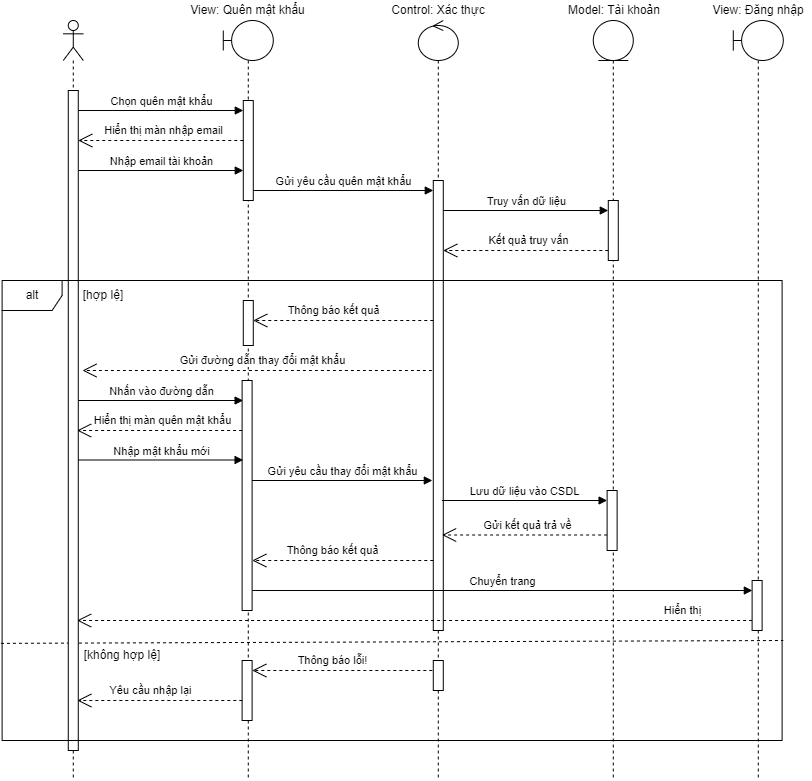
Above: latex_thesis/Images/sequence/sequence_forgot_password.png in techcomrade/fmECG (draw.io), before the change. Source tidied: cells renumbered, new cells last; positions are measured from the earlier drawing's top-left corner, leaving out a move shared by most shapes.
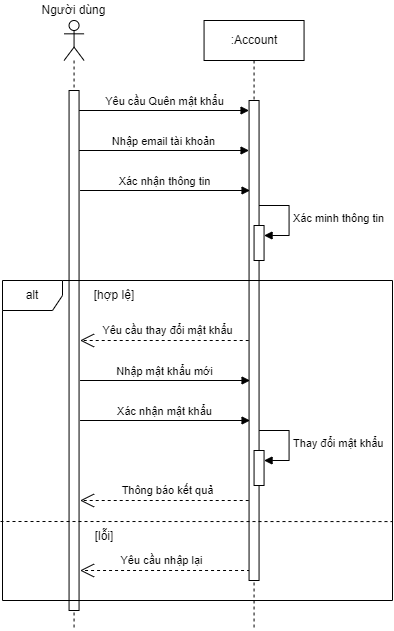
After the change.

Change to the diagram source:
```diff
@@ -2,195 +2,105 @@
   <root>
     <mxCell id="0" />
     <mxCell id="1" parent="0" />
-    <mxCell id="2" style="shape=umlLifeline;perimeter=lifelinePerimeter;whiteSpace=wrap;html=1;newEdgeStyle={&quot;curved&quot;:0,&quot;rounded&quot;:0};participant=umlControl;" parent="1" vertex="1">
-      <mxGeometry x="417.8" y="20" width="40" height="760" as="geometry" />
-    </mxCell>
-    <mxCell id="3" style="html=1;points=[[0,0,0,0,5],[0,1,0,0,-5],[1,0,0,0,5],[1,1,0,0,-5]];perimeter=orthogonalPerimeter;outlineConnect=0;targetShapes=umlLifeline;portConstraint=eastwest;newEdgeStyle={&quot;curved&quot;:0,&quot;rounded&quot;:0};" parent="2" vertex="1">
-      <mxGeometry x="15" y="160" width="10" height="450" as="geometry" />
-    </mxCell>
-    <mxCell id="4" style="shape=umlLifeline;perimeter=lifelinePerimeter;whiteSpace=wrap;html=1;newEdgeStyle={&quot;curved&quot;:0,&quot;rounded&quot;:0};participant=umlBoundary;" parent="1" vertex="1">
-      <mxGeometry x="222.8" y="20" width="50" height="760" as="geometry" />
-    </mxCell>
-    <mxCell id="5" style="html=1;perimeter=orthogonalPerimeter;targetShapes=umlLifeline;newEdgeStyle={&quot;curved&quot;:0,&quot;rounded&quot;:0};" parent="4" vertex="1">
-      <mxGeometry x="20" y="80" width="10" height="100" as="geometry" />
-    </mxCell>
-    <mxCell id="6" style="html=1;perimeter=orthogonalPerimeter;targetShapes=umlLifeline;newEdgeStyle={&quot;curved&quot;:0,&quot;rounded&quot;:0};" parent="4" vertex="1">
-      <mxGeometry x="18.8" y="360" width="10" height="230" as="geometry" />
-    </mxCell>
-    <mxCell id="7" style="html=1;perimeter=orthogonalPerimeter;targetShapes=umlLifeline;newEdgeStyle={&quot;curved&quot;:0,&quot;rounded&quot;:0};" parent="4" vertex="1">
-      <mxGeometry x="18.8" y="640" width="10" height="60" as="geometry" />
-    </mxCell>
-    <mxCell id="8" style="shape=umlLifeline;perimeter=lifelinePerimeter;whiteSpace=wrap;html=1;newEdgeStyle={&quot;curved&quot;:0,&quot;rounded&quot;:0};participant=umlEntity;" parent="1" vertex="1">
-      <mxGeometry x="592.8" y="20" width="40" height="760" as="geometry" />
-    </mxCell>
-    <mxCell id="9" style="html=1;points=[[0,0,0,0,5],[0,1,0,0,-5],[1,0,0,0,5],[1,1,0,0,-5]];perimeter=orthogonalPerimeter;outlineConnect=0;targetShapes=umlLifeline;portConstraint=eastwest;newEdgeStyle={&quot;curved&quot;:0,&quot;rounded&quot;:0};" parent="8" vertex="1">
-      <mxGeometry x="15" y="180" width="10" height="60" as="geometry" />
-    </mxCell>
-    <mxCell id="10" value="View: Quên mật khẩu" style="text;html=1;strokeColor=none;fillColor=none;align=center;verticalAlign=middle;whiteSpace=wrap;rounded=0;" parent="1" vertex="1">
-      <mxGeometry x="189.1" width="117.3" height="20" as="geometry" />
-    </mxCell>
-    <mxCell id="11" value="Control: Xác thực" style="text;html=1;strokeColor=none;fillColor=none;align=center;verticalAlign=middle;whiteSpace=wrap;rounded=0;" parent="1" vertex="1">
-      <mxGeometry x="382.8" width="110" height="20" as="geometry" />
-    </mxCell>
-    <mxCell id="12" value="Model: Tài khoản" style="text;html=1;strokeColor=none;fillColor=none;align=center;verticalAlign=middle;whiteSpace=wrap;rounded=0;" parent="1" vertex="1">
-      <mxGeometry x="559.8" width="107.5" height="20" as="geometry" />
-    </mxCell>
-    <mxCell id="13" style="shape=umlLifeline;perimeter=lifelinePerimeter;whiteSpace=wrap;html=1;newEdgeStyle={&quot;curved&quot;:0,&quot;rounded&quot;:0};participant=umlBoundary;" parent="1" vertex="1">
-      <mxGeometry x="732.8" y="20" width="50" height="760" as="geometry" />
-    </mxCell>
-    <mxCell id="14" style="html=1;perimeter=orthogonalPerimeter;targetShapes=umlLifeline;newEdgeStyle={&quot;curved&quot;:0,&quot;rounded&quot;:0};" parent="13" vertex="1">
-      <mxGeometry x="18.8" y="560" width="10" height="50" as="geometry" />
-    </mxCell>
-    <mxCell id="15" value="View: Đăng nhập" style="text;html=1;strokeColor=none;fillColor=none;align=center;verticalAlign=middle;whiteSpace=wrap;rounded=0;" parent="1" vertex="1">
-      <mxGeometry x="704" width="107.5" height="20" as="geometry" />
-    </mxCell>
-    <mxCell id="16" value="Chọn quên mật khẩu" style="html=1;verticalAlign=bottom;endArrow=block;curved=0;rounded=0;" parent="1" edge="1">
-      <mxGeometry relative="1" as="geometry">
-        <mxPoint x="77.8" y="110" as="sourcePoint" />
-        <mxPoint x="242.8" y="110" as="targetPoint" />
-      </mxGeometry>
-    </mxCell>
-    <mxCell id="17" value="Hiển thị màn nhập email" style="endArrow=open;endSize=12;dashed=1;html=1;rounded=0;" parent="1" edge="1">
-      <mxGeometry x="-0.03" y="-10" relative="1" as="geometry">
-        <mxPoint x="242.8" y="140" as="sourcePoint" />
-        <mxPoint x="77.8" y="140" as="targetPoint" />
-      </mxGeometry>
-    </mxCell>
+    <mxCell id="45" value="Yêu cầu Quên mật khẩu" style="html=1;verticalAlign=bottom;endArrow=block;curved=0;rounded=0;" parent="1" edge="1" target="51">
+      <mxGeometry relative="1" as="geometry">
+        <mxPoint x="149.6" y="-1030" as="sourcePoint" />
+      </mxGeometry>
+    </mxCell>
     <mxCell id="18" value="Nhập email tài khoản" style="html=1;verticalAlign=bottom;endArrow=block;curved=0;rounded=0;" parent="1" edge="1">
       <mxGeometry relative="1" as="geometry">
-        <mxPoint x="77.8" y="170" as="sourcePoint" />
-        <mxPoint x="242.8" y="170" as="targetPoint" />
+        <mxPoint x="149.6" y="-990" as="sourcePoint" />
+        <mxPoint x="319.6" y="-990" as="targetPoint" />
       </mxGeometry>
     </mxCell>
-    <mxCell id="19" value="Gửi yêu cầu quên mật khẩu" style="html=1;verticalAlign=bottom;endArrow=block;curved=0;rounded=0;" parent="1" edge="1" target="3">
-      <mxGeometry relative="1" as="geometry">
-        <mxPoint x="252.8" y="190" as="sourcePoint" />
-      </mxGeometry>
-    </mxCell>
-    <mxCell id="20" value="Truy vấn dữ liệu" style="html=1;verticalAlign=bottom;endArrow=block;curved=0;rounded=0;" parent="1" edge="1" target="9">
-      <mxGeometry relative="1" as="geometry">
-        <mxPoint x="442.8" y="210" as="sourcePoint" />
-      </mxGeometry>
-    </mxCell>
-    <mxCell id="21" value="Kết quả truy vấn" style="endArrow=open;endSize=12;dashed=1;html=1;rounded=0;" parent="1" edge="1">
-      <mxGeometry x="-0.03" y="-10" relative="1" as="geometry">
-        <mxPoint x="607.8" y="250" as="sourcePoint" />
-        <mxPoint x="442.8" y="250" as="targetPoint" />
-      </mxGeometry>
-    </mxCell>
     <mxCell id="22" value="[hợp lệ]" style="text;html=1;strokeColor=none;fillColor=none;align=center;verticalAlign=middle;whiteSpace=wrap;rounded=0;" parent="1" vertex="1">
-      <mxGeometry x="62.8" y="280" width="80.2" height="30" as="geometry" />
+      <mxGeometry x="144.6" y="-860" width="80.2" height="30" as="geometry" />
     </mxCell>
-    <mxCell id="23" value="Gửi đường dẫn thay đổi mật khẩu" style="endArrow=open;endSize=12;dashed=1;html=1;rounded=0;" parent="1" edge="1">
-      <mxGeometry x="-0.03" y="-10" relative="1" as="geometry">
-        <mxPoint x="431.4" y="370" as="sourcePoint" />
-        <mxPoint x="82" y="370" as="targetPoint" />
-      </mxGeometry>
-    </mxCell>
-    <mxCell id="24" value="Chuyển trang" style="html=1;verticalAlign=bottom;endArrow=block;curved=0;rounded=0;" parent="1" edge="1">
-      <mxGeometry relative="1" as="geometry">
-        <mxPoint x="251.8" y="590" as="sourcePoint" />
-        <mxPoint x="751.8" y="590" as="targetPoint" />
-      </mxGeometry>
-    </mxCell>
-    <mxCell id="25" value="Hiển thị" style="endArrow=open;endSize=12;dashed=1;html=1;rounded=0;" parent="1" edge="1">
-      <mxGeometry x="-0.79" y="-10" relative="1" as="geometry">
-        <mxPoint x="751.6" y="620" as="sourcePoint" />
-        <mxPoint x="76.6" y="620" as="targetPoint" />
-      </mxGeometry>
-    </mxCell>
-    <mxCell id="26" style="endArrow=none;dashed=1;html=1;rounded=0;exitX=-0.001;exitY=0.55;exitDx=0;exitDy=0;exitPerimeter=0;entryX=1.002;entryY=0.543;entryDx=0;entryDy=0;entryPerimeter=0;" parent="1" edge="1">
-      <mxGeometry relative="1" as="geometry">
-        <mxPoint x="0.4" y="642.9" as="sourcePoint" />
-        <mxPoint x="782.8" y="640" as="targetPoint" />
-      </mxGeometry>
-    </mxCell>
-    <mxCell id="27" value="[không hợp lệ]" style="text;html=1;strokeColor=none;fillColor=none;align=center;verticalAlign=middle;whiteSpace=wrap;rounded=0;" parent="1" vertex="1">
-      <mxGeometry x="73.5" y="640" width="96.4" height="30" as="geometry" />
-    </mxCell>
-    <mxCell id="28" value="Thông báo lỗi!" style="endArrow=open;endSize=12;dashed=1;html=1;rounded=0;" parent="1" edge="1">
-      <mxGeometry x="0.11" y="-10" relative="1" as="geometry">
-        <mxPoint x="431.8" y="670" as="sourcePoint" />
-        <mxPoint x="251.8" y="670" as="targetPoint" />
-      </mxGeometry>
-    </mxCell>
+    <mxCell id="46" value="[lỗi]" style="text;html=1;strokeColor=none;fillColor=none;align=center;verticalAlign=middle;whiteSpace=wrap;rounded=0;" parent="1" vertex="1">
+      <mxGeometry x="144.6" y="-619" width="60" height="30" as="geometry" />
+    </mxCell>
     <mxCell id="29" value="Yêu cầu nhập lại" style="endArrow=open;endSize=12;dashed=1;html=1;rounded=0;" parent="1" edge="1">
-      <mxGeometry x="0.11" y="-10" relative="1" as="geometry">
-        <mxPoint x="241.8" y="700" as="sourcePoint" />
-        <mxPoint x="76.8" y="700" as="targetPoint" />
+      <mxGeometry x="0.03" y="-10" relative="1" as="geometry">
+        <mxPoint x="320.6" y="-570" as="sourcePoint" />
+        <mxPoint x="150.6" y="-570" as="targetPoint" />
+        <mxPoint x="-1" as="offset" />
       </mxGeometry>
     </mxCell>
-    <mxCell id="30" value="&lt;div&gt;&lt;br&gt;&lt;/div&gt;" style="shape=umlLifeline;perimeter=lifelinePerimeter;whiteSpace=wrap;html=1;newEdgeStyle={&quot;curved&quot;:0,&quot;rounded&quot;:0};participant=umlActor;" parent="1" vertex="1">
-      <mxGeometry x="62.8" y="20" width="20" height="760" as="geometry" />
-    </mxCell>
-    <mxCell id="31" style="html=1;perimeter=orthogonalPerimeter;targetShapes=umlLifeline;newEdgeStyle={&quot;curved&quot;:0,&quot;rounded&quot;:0};" parent="30" vertex="1">
-      <mxGeometry x="5" y="70" width="10" height="660" as="geometry" />
-    </mxCell>
+    <mxCell id="47" value="&lt;div&gt;&lt;br&gt;&lt;/div&gt;" style="shape=umlLifeline;perimeter=lifelinePerimeter;whiteSpace=wrap;html=1;newEdgeStyle={&quot;curved&quot;:0,&quot;rounded&quot;:0};participant=umlActor;" parent="1" vertex="1">
+      <mxGeometry x="134.6" y="-1120" width="20" height="610" as="geometry" />
+    </mxCell>
+    <mxCell id="48" style="html=1;perimeter=orthogonalPerimeter;targetShapes=umlLifeline;newEdgeStyle={&quot;curved&quot;:0,&quot;rounded&quot;:0};" parent="47" vertex="1">
+      <mxGeometry x="5" y="70" width="10" height="520" as="geometry" />
+    </mxCell>
+    <mxCell id="49" value="Người dùng" style="text;html=1;strokeColor=none;fillColor=none;align=center;verticalAlign=middle;whiteSpace=wrap;rounded=0;" parent="1" vertex="1">
+      <mxGeometry x="110" y="-1140" width="69.1" height="20" as="geometry" />
+    </mxCell>
+    <mxCell id="50" value=":Account" style="shape=umlLifeline;perimeter=lifelinePerimeter;whiteSpace=wrap;html=1;newEdgeStyle={&quot;curved&quot;:0,&quot;rounded&quot;:0};" parent="1" vertex="1">
+      <mxGeometry x="274.6" y="-1120" width="100" height="610" as="geometry" />
+    </mxCell>
+    <mxCell id="51" style="html=1;points=[[0,0,0,0,5],[0,1,0,0,-5],[1,0,0,0,5],[1,1,0,0,-5]];perimeter=orthogonalPerimeter;outlineConnect=0;targetShapes=umlLifeline;portConstraint=eastwest;newEdgeStyle={&quot;curved&quot;:0,&quot;rounded&quot;:0};" parent="50" vertex="1">
+      <mxGeometry x="45" y="80" width="10" height="480" as="geometry" />
+    </mxCell>
+    <mxCell id="52" style="html=1;points=[[0,0,0,0,5],[0,1,0,0,-5],[1,0,0,0,5],[1,1,0,0,-5]];perimeter=orthogonalPerimeter;outlineConnect=0;targetShapes=umlLifeline;portConstraint=eastwest;newEdgeStyle={&quot;curved&quot;:0,&quot;rounded&quot;:0};" parent="50" vertex="1">
+      <mxGeometry x="50" y="205" width="10" height="35" as="geometry" />
+    </mxCell>
+    <mxCell id="53" value="Xác minh thông tin" style="html=1;align=left;spacingLeft=2;endArrow=block;rounded=0;edgeStyle=orthogonalEdgeStyle;curved=0;rounded=0;" parent="50" edge="1" target="52">
+      <mxGeometry relative="1" as="geometry">
+        <mxPoint x="55" y="185" as="sourcePoint" />
+        <Array as="points">
+          <mxPoint x="85" y="215" />
+        </Array>
+      </mxGeometry>
+    </mxCell>
+    <mxCell id="54" value="Yêu cầu thay đổi mật khẩu" style="endArrow=open;endSize=12;dashed=1;html=1;rounded=0;" parent="1" edge="1">
+      <mxGeometry x="-0.03" y="-10" relative="1" as="geometry">
+        <mxPoint x="319.2" y="-800" as="sourcePoint" />
+        <mxPoint x="150.6" y="-800" as="targetPoint" />
+      </mxGeometry>
+    </mxCell>
+    <mxCell id="55" style="endArrow=none;dashed=1;html=1;rounded=0;entryX=1;entryY=0.719;entryDx=0;entryDy=0;entryPerimeter=0;" parent="1" edge="1">
+      <mxGeometry relative="1" as="geometry">
+        <mxPoint x="71" y="-619" as="sourcePoint" />
+        <mxPoint x="463" y="-618.9" as="targetPoint" />
+      </mxGeometry>
+    </mxCell>
+    <mxCell id="56" value="Xác nhận thông tin" style="html=1;verticalAlign=bottom;endArrow=block;curved=0;rounded=0;" parent="1" edge="1">
+      <mxGeometry relative="1" as="geometry">
+        <mxPoint x="150.6" y="-950" as="sourcePoint" />
+        <mxPoint x="320.6" y="-950" as="targetPoint" />
+      </mxGeometry>
+    </mxCell>
     <mxCell id="32" value="alt" style="shape=umlFrame;whiteSpace=wrap;html=1;" parent="1" vertex="1">
-      <mxGeometry x="1.6" y="280" width="780" height="460" as="geometry" />
+      <mxGeometry x="73" y="-860" width="390" height="320" as="geometry" />
     </mxCell>
-    <mxCell id="33" value="Nhấn vào đường dẫn" style="html=1;verticalAlign=bottom;endArrow=block;curved=0;rounded=0;" parent="1" edge="1">
-      <mxGeometry relative="1" as="geometry">
-        <mxPoint x="77.6" y="400" as="sourcePoint" />
-        <mxPoint x="242.6" y="400" as="targetPoint" />
-      </mxGeometry>
-    </mxCell>
-    <mxCell id="34" value="Hiển thị màn quên mật khẩu" style="endArrow=open;endSize=12;dashed=1;html=1;rounded=0;" parent="1" edge="1">
-      <mxGeometry x="-0.03" y="-10" relative="1" as="geometry">
-        <mxPoint x="241.6" y="430" as="sourcePoint" />
-        <mxPoint x="76.6" y="430" as="targetPoint" />
-      </mxGeometry>
-    </mxCell>
     <mxCell id="35" value="Nhập mật khẩu mới" style="html=1;verticalAlign=bottom;endArrow=block;curved=0;rounded=0;" parent="1" edge="1">
       <mxGeometry relative="1" as="geometry">
-        <mxPoint x="77.6" y="459.5" as="sourcePoint" />
-        <mxPoint x="242.6" y="459.5" as="targetPoint" />
+        <mxPoint x="150.6" y="-760" as="sourcePoint" />
+        <mxPoint x="320.6" y="-760" as="targetPoint" />
       </mxGeometry>
     </mxCell>
-    <mxCell id="36" value="Gửi yêu cầu thay đổi mật khẩu" style="html=1;verticalAlign=bottom;endArrow=block;curved=0;rounded=0;" parent="1" edge="1">
-      <mxGeometry relative="1" as="geometry">
-        <mxPoint x="251.6" y="480" as="sourcePoint" />
-        <mxPoint x="431.8" y="480" as="targetPoint" />
-      </mxGeometry>
-    </mxCell>
-    <mxCell id="37" style="html=1;perimeter=orthogonalPerimeter;targetShapes=umlLifeline;newEdgeStyle={&quot;curved&quot;:0,&quot;rounded&quot;:0};" parent="1" vertex="1">
-      <mxGeometry x="606.6" y="490" width="10" height="60" as="geometry" />
-    </mxCell>
-    <mxCell id="38" value="Lưu dữ liệu vào CSDL" style="html=1;verticalAlign=bottom;endArrow=block;curved=0;rounded=0;" parent="1" edge="1">
-      <mxGeometry relative="1" as="geometry">
-        <mxPoint x="441.4" y="500" as="sourcePoint" />
-        <mxPoint x="606.6" y="500" as="targetPoint" />
-      </mxGeometry>
-    </mxCell>
-    <mxCell id="39" value="Gửi kết quả trả về" style="endArrow=open;endSize=12;dashed=1;html=1;rounded=0;" parent="1" edge="1">
-      <mxGeometry x="-0.03" y="-10" relative="1" as="geometry">
-        <mxPoint x="606.6" y="534.5" as="sourcePoint" />
-        <mxPoint x="441.6" y="534.5" as="targetPoint" />
-      </mxGeometry>
-    </mxCell>
-    <mxCell id="40" value="Thông báo kết quả" style="endArrow=open;endSize=12;dashed=1;html=1;rounded=0;" parent="1" edge="1">
-      <mxGeometry x="0.11" y="-10" relative="1" as="geometry">
-        <mxPoint x="432.8" y="560" as="sourcePoint" />
-        <mxPoint x="251.8" y="560" as="targetPoint" />
-      </mxGeometry>
-    </mxCell>
-    <mxCell id="41" style="html=1;perimeter=orthogonalPerimeter;targetShapes=umlLifeline;newEdgeStyle={&quot;curved&quot;:0,&quot;rounded&quot;:0};" parent="1" vertex="1">
-      <mxGeometry x="242.8" y="300" width="10" height="45" as="geometry" />
-    </mxCell>
-    <mxCell id="42" value="Thông báo kết quả" style="endArrow=open;endSize=12;dashed=1;html=1;rounded=0;" parent="1" edge="1">
-      <mxGeometry x="0.11" y="-10" relative="1" as="geometry">
-        <mxPoint x="432.8" y="320" as="sourcePoint" />
-        <mxPoint x="252.8" y="320" as="targetPoint" />
-      </mxGeometry>
-    </mxCell>
-    <mxCell id="43" style="endArrow=open;endSize=12;dashed=1;html=1;rounded=0;" parent="1" edge="1">
-      <mxGeometry x="0.11" y="-10" relative="1" as="geometry">
-        <mxPoint x="431.8" y="560" as="sourcePoint" />
-        <mxPoint x="432.8" y="560" as="targetPoint" />
-      </mxGeometry>
-    </mxCell>
-    <mxCell id="44" style="html=1;perimeter=orthogonalPerimeter;targetShapes=umlLifeline;newEdgeStyle={&quot;curved&quot;:0,&quot;rounded&quot;:0};" parent="1" vertex="1">
-      <mxGeometry x="432.8" y="660" width="10" height="30" as="geometry" />
-    </mxCell>
+    <mxCell id="57" value="Xác nhận mật khẩu" style="html=1;verticalAlign=bottom;endArrow=block;curved=0;rounded=0;" parent="1" edge="1">
+      <mxGeometry relative="1" as="geometry">
+        <mxPoint x="150.6" y="-720" as="sourcePoint" />
+        <mxPoint x="320.6" y="-720" as="targetPoint" />
+      </mxGeometry>
+    </mxCell>
+    <mxCell id="58" style="html=1;points=[[0,0,0,0,5],[0,1,0,0,-5],[1,0,0,0,5],[1,1,0,0,-5]];perimeter=orthogonalPerimeter;outlineConnect=0;targetShapes=umlLifeline;portConstraint=eastwest;newEdgeStyle={&quot;curved&quot;:0,&quot;rounded&quot;:0};" parent="1" vertex="1">
+      <mxGeometry x="324.6" y="-690" width="10" height="35" as="geometry" />
+    </mxCell>
+    <mxCell id="59" value="Thay đổi mật khẩu" style="html=1;align=left;spacingLeft=2;endArrow=block;rounded=0;edgeStyle=orthogonalEdgeStyle;curved=0;rounded=0;" parent="1" edge="1" target="58">
+      <mxGeometry relative="1" as="geometry">
+        <mxPoint x="329.6" y="-710" as="sourcePoint" />
+        <Array as="points">
+          <mxPoint x="359.6" y="-680" />
+        </Array>
+      </mxGeometry>
+    </mxCell>
+    <mxCell id="60" value="Thông báo kết quả" style="endArrow=open;endSize=12;dashed=1;html=1;rounded=0;" parent="1" edge="1">
+      <mxGeometry x="-0.03" y="-10" relative="1" as="geometry">
+        <mxPoint x="319.2" y="-640" as="sourcePoint" />
+        <mxPoint x="150.6" y="-640" as="targetPoint" />
+      </mxGeometry>
+    </mxCell>
   </root>
 </mxGraphModel>
```
